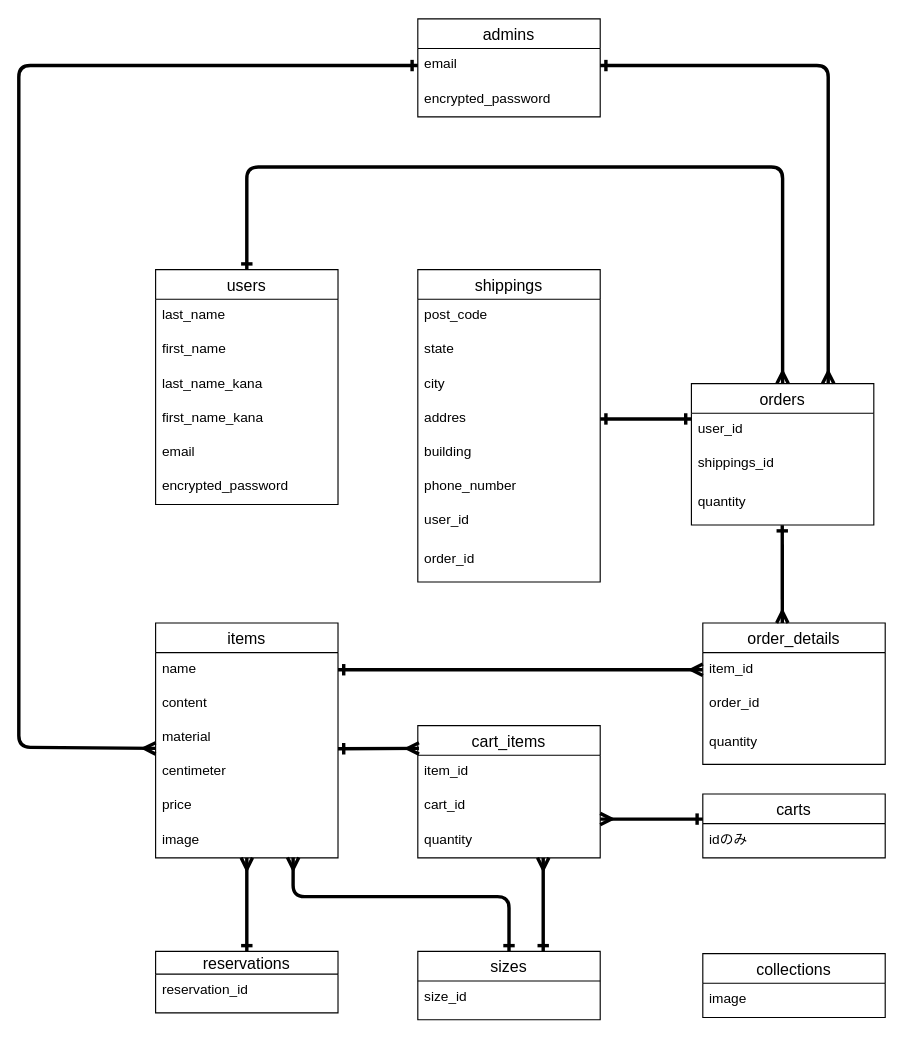
Before: er.dio in ap0424ts/nuax_official, a draw.io diagram. Source tidied: cells renumbered, new cells numbered last; positions are measured from the earlier drawing's top-left corner, leaving out a move shared by most shapes. Both pictures are drawn from the tidied source at 114%, with x=0, y=0 at pixel (18, 18).
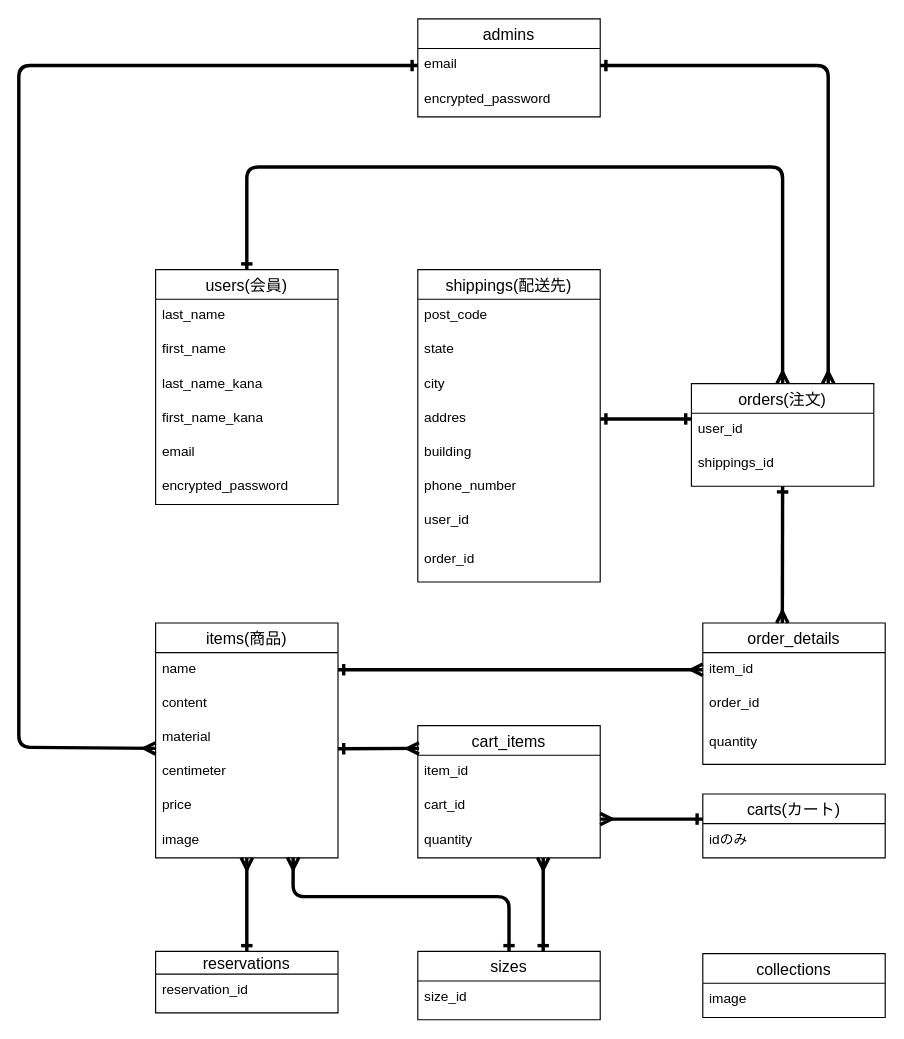
The same diagram, later.

Unchanged cells that the change refers to:
```xml
<mxCell id="38" value="order_details" style="swimlane;fontStyle=0;horizontal=1;startSize=26;align=center;fontSize=14;" parent="1" vertex="1">
  <mxGeometry x="600" y="530" width="160" height="124" as="geometry" />
</mxCell>
```

Diff of the diagram source:
```diff
@@
-    <mxCell id="2" value="users" style="swimlane;fontStyle=0;horizontal=1;startSize=26;align=center;fontSize=14;" parent="1" vertex="1">
+    <mxCell id="2" value="users(会員)" style="swimlane;fontStyle=0;horizontal=1;startSize=26;align=center;fontSize=14;" parent="1" vertex="1">
       <mxGeometry x="120" y="220" width="160" height="206" as="geometry" />
     </mxCell>
@@
-    <mxCell id="9" value="items" style="swimlane;fontStyle=0;horizontal=1;startSize=26;align=center;fontSize=14;" parent="1" vertex="1">
+    <mxCell id="9" value="items(商品)" style="swimlane;fontStyle=0;horizontal=1;startSize=26;align=center;fontSize=14;" parent="1" vertex="1">
       <mxGeometry x="120" y="530" width="160" height="206" as="geometry" />
     </mxCell>
@@
-    <mxCell id="16" value="shippings" style="swimlane;fontStyle=0;horizontal=1;startSize=26;align=center;fontSize=14;" parent="1" vertex="1">
+    <mxCell id="16" value="shippings(配送先)" style="swimlane;fontStyle=0;horizontal=1;startSize=26;align=center;fontSize=14;" parent="1" vertex="1">
       <mxGeometry x="350" y="220" width="160" height="274" as="geometry" />
     </mxCell>
@@
-    <mxCell id="27" value="carts" style="swimlane;fontStyle=0;horizontal=1;startSize=26;align=center;fontSize=14;" parent="1" vertex="1">
+    <mxCell id="27" value="carts(カート)" style="swimlane;fontStyle=0;horizontal=1;startSize=26;align=center;fontSize=14;" parent="1" vertex="1">
       <mxGeometry x="600" y="680" width="160" height="56" as="geometry" />
     </mxCell>
@@
-    <mxCell id="34" value="orders" style="swimlane;fontStyle=0;horizontal=1;startSize=26;align=center;fontSize=14;" parent="1" vertex="1">
-      <mxGeometry x="590" y="320" width="160" height="124" as="geometry" />
+    <mxCell id="34" value="orders(注文)" style="swimlane;fontStyle=0;horizontal=1;startSize=26;align=center;fontSize=14;" parent="1" vertex="1">
+      <mxGeometry x="590" y="320" width="160" height="90" as="geometry" />
     </mxCell>
@@
-    <mxCell id="37" value="quantity" style="text;strokeColor=none;fillColor=none;spacingLeft=4;spacingRight=4;overflow=hidden;points=[[0,0.5],[1,0.5]];portConstraint=eastwest;fontSize=12;" parent="34" vertex="1">
-      <mxGeometry y="90" width="160" height="34" as="geometry" />
-    </mxCell>
@@
-    <mxCell id="58" style="fontSize=12;html=1;endArrow=ERmany;startArrow=ERone;strokeWidth=3;startFill=0;exitX=0.498;exitY=1.005;exitDx=0;exitDy=0;exitPerimeter=0;entryX=0.436;entryY=0;entryDx=0;entryDy=0;entryPerimeter=0;" parent="1" edge="1" source="37" target="38">
+    <mxCell id="58" style="fontSize=12;html=1;endArrow=ERmany;startArrow=ERone;strokeWidth=3;startFill=0;exitX=0.5;exitY=1;exitDx=0;exitDy=0;entryX=0.436;entryY=0;entryDx=0;entryDy=0;entryPerimeter=0;" parent="1" edge="1" source="34" target="38">
       <mxGeometry relative="1" as="geometry" />
     </mxCell>
```
